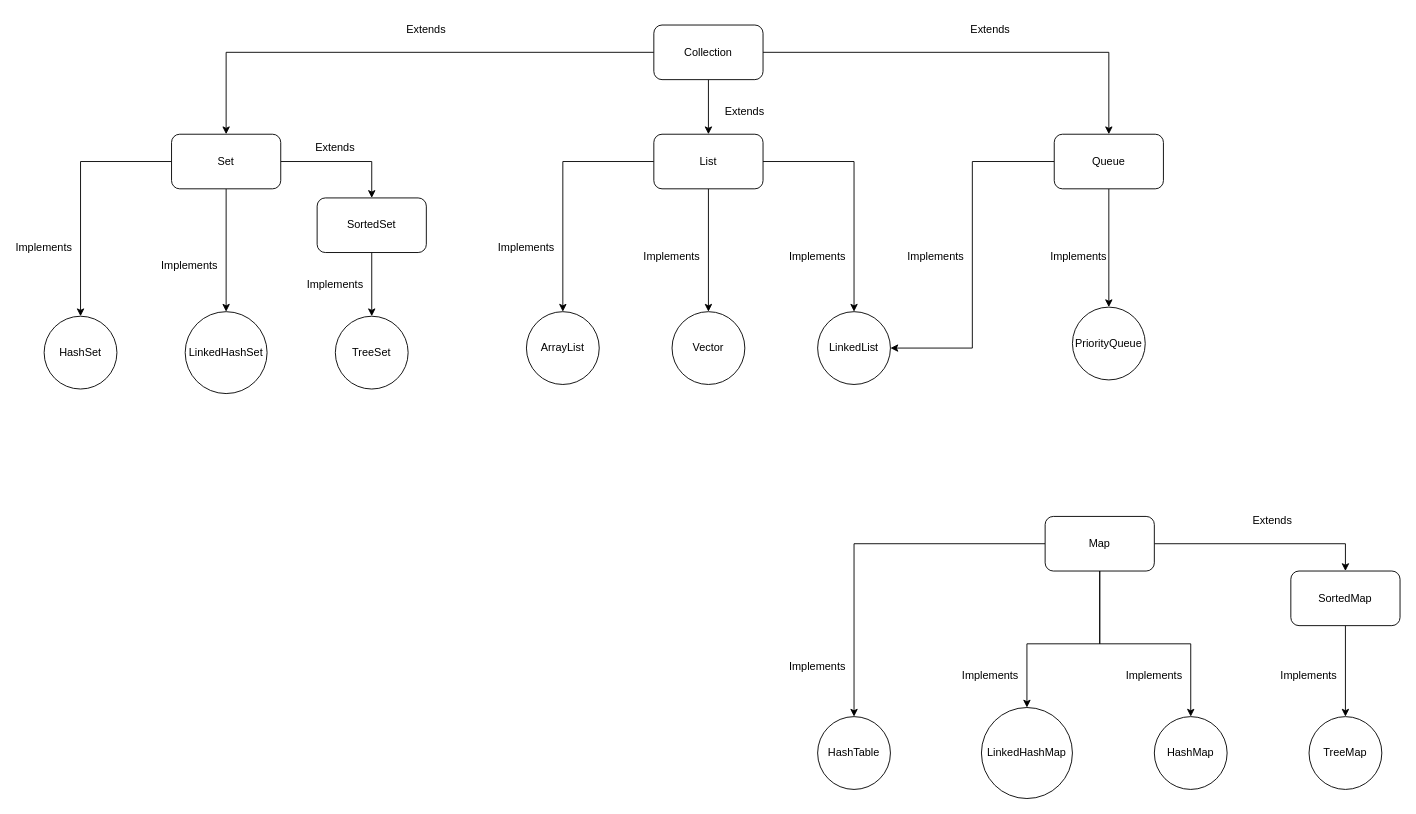
Before: Collection_Framework.drawio in souvik-brz/diagrams, a draw.io diagram. Source tidied: cells renumbered, new cells numbered last; positions are measured from the earlier drawing's top-left corner, leaving out a move shared by most shapes. Both pictures are drawn from the tidied source at 91%, with x=0, y=0 at pixel (16, 15).
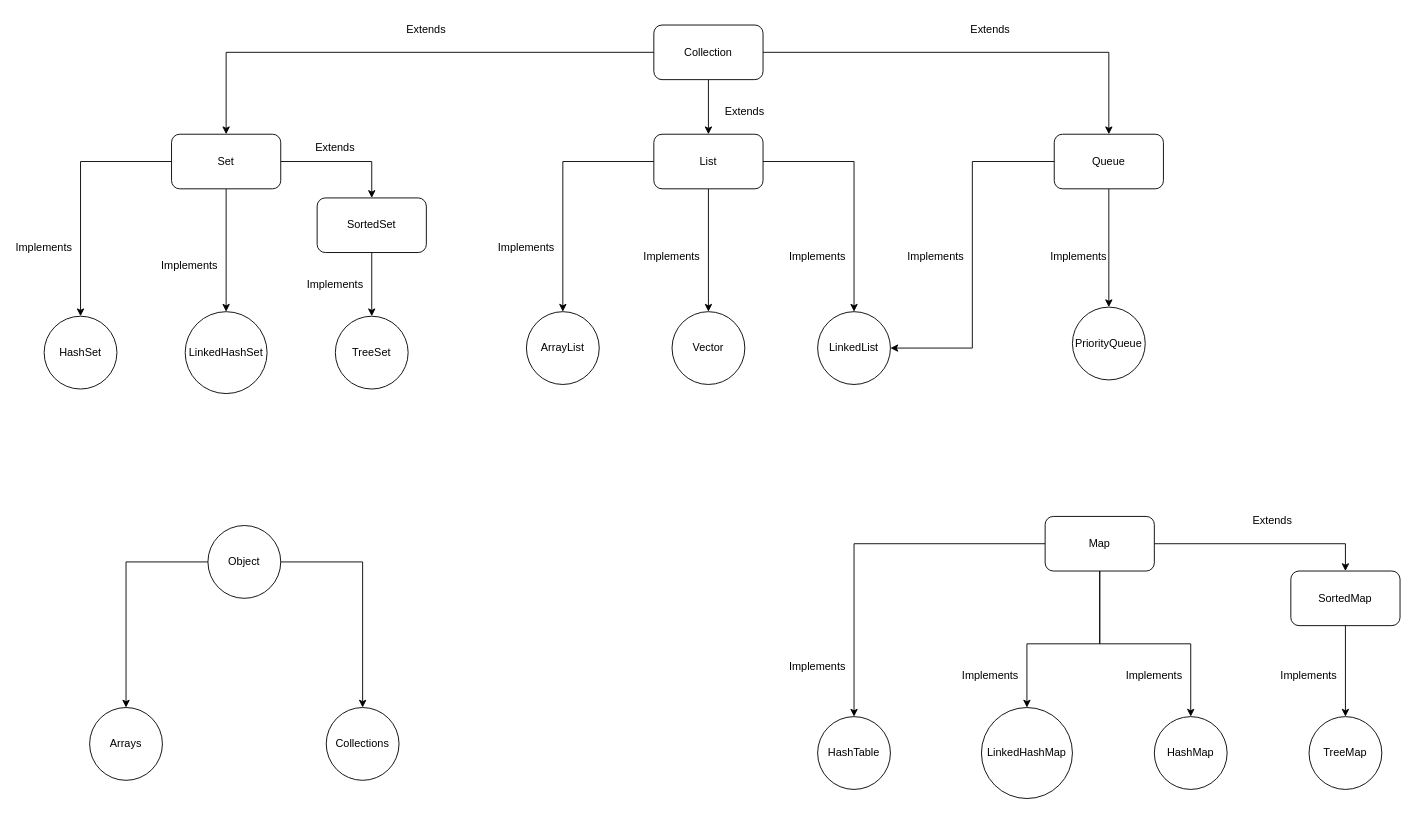
The same diagram, later.

Change to the diagram source:
```diff
@@
+    <mxCell id="55" style="edgeStyle=orthogonalEdgeStyle;rounded=0;jettySize=auto;html=1;" parent="1" edge="1" source="57" target="58">
+      <mxGeometry relative="1" as="geometry" />
+    </mxCell>
+    <mxCell id="56" style="edgeStyle=orthogonalEdgeStyle;rounded=0;jettySize=auto;html=1;entryX=0.5;entryY=0;entryDx=0;entryDy=0;" parent="1" edge="1" source="57" target="59">
+      <mxGeometry relative="1" as="geometry" />
+    </mxCell>
+    <mxCell id="57" value="Object" style="ellipse;whiteSpace=wrap;html=1;" parent="1" vertex="1">
+      <mxGeometry x="210" y="560" width="80" height="80" as="geometry" />
+    </mxCell>
+    <mxCell id="58" value="Arrays" style="ellipse;whiteSpace=wrap;html=1;" parent="1" vertex="1">
+      <mxGeometry x="80" y="760" width="80" height="80" as="geometry" />
+    </mxCell>
+    <mxCell id="59" value="Collections" style="ellipse;whiteSpace=wrap;html=1;" parent="1" vertex="1">
+      <mxGeometry x="340" y="760" width="80" height="80" as="geometry" />
+    </mxCell>
```
